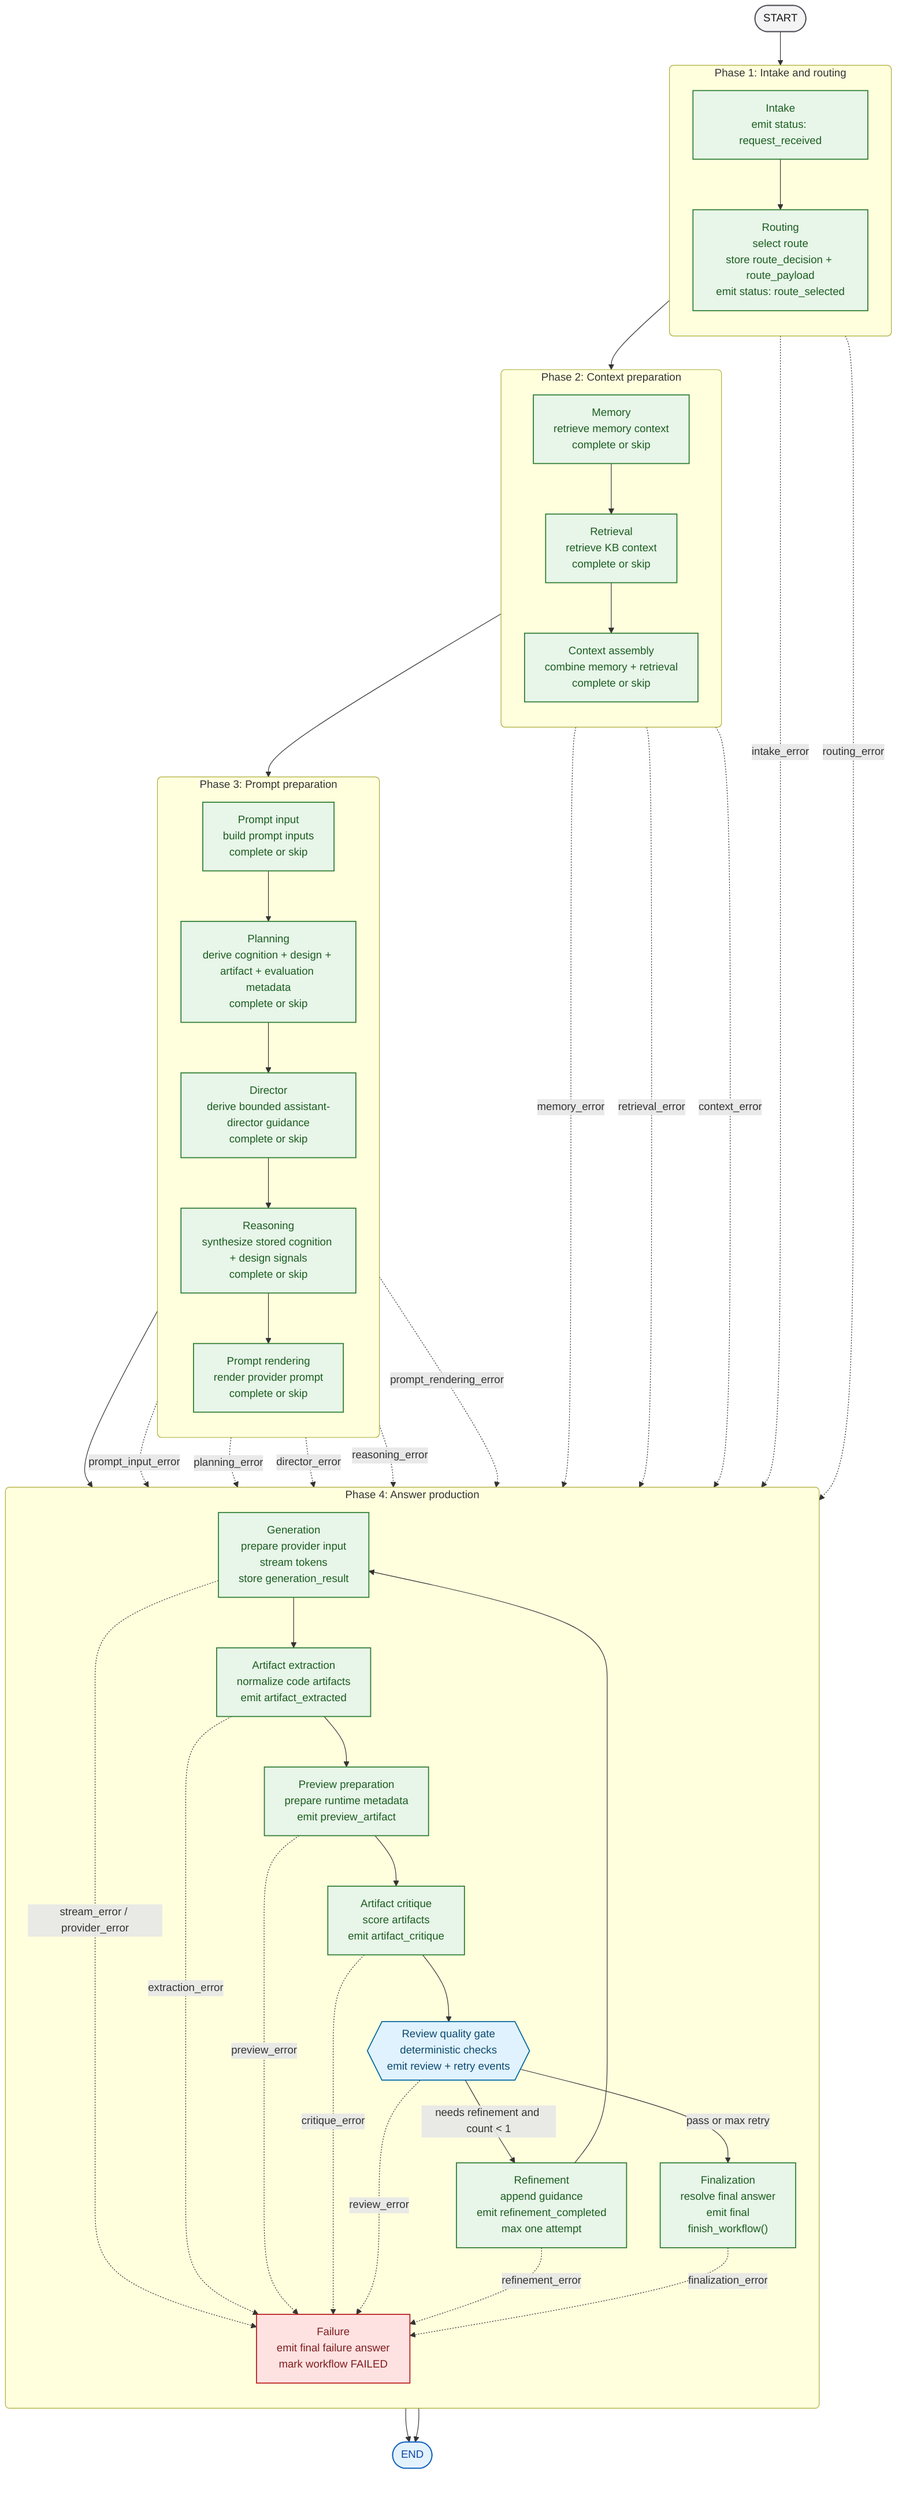
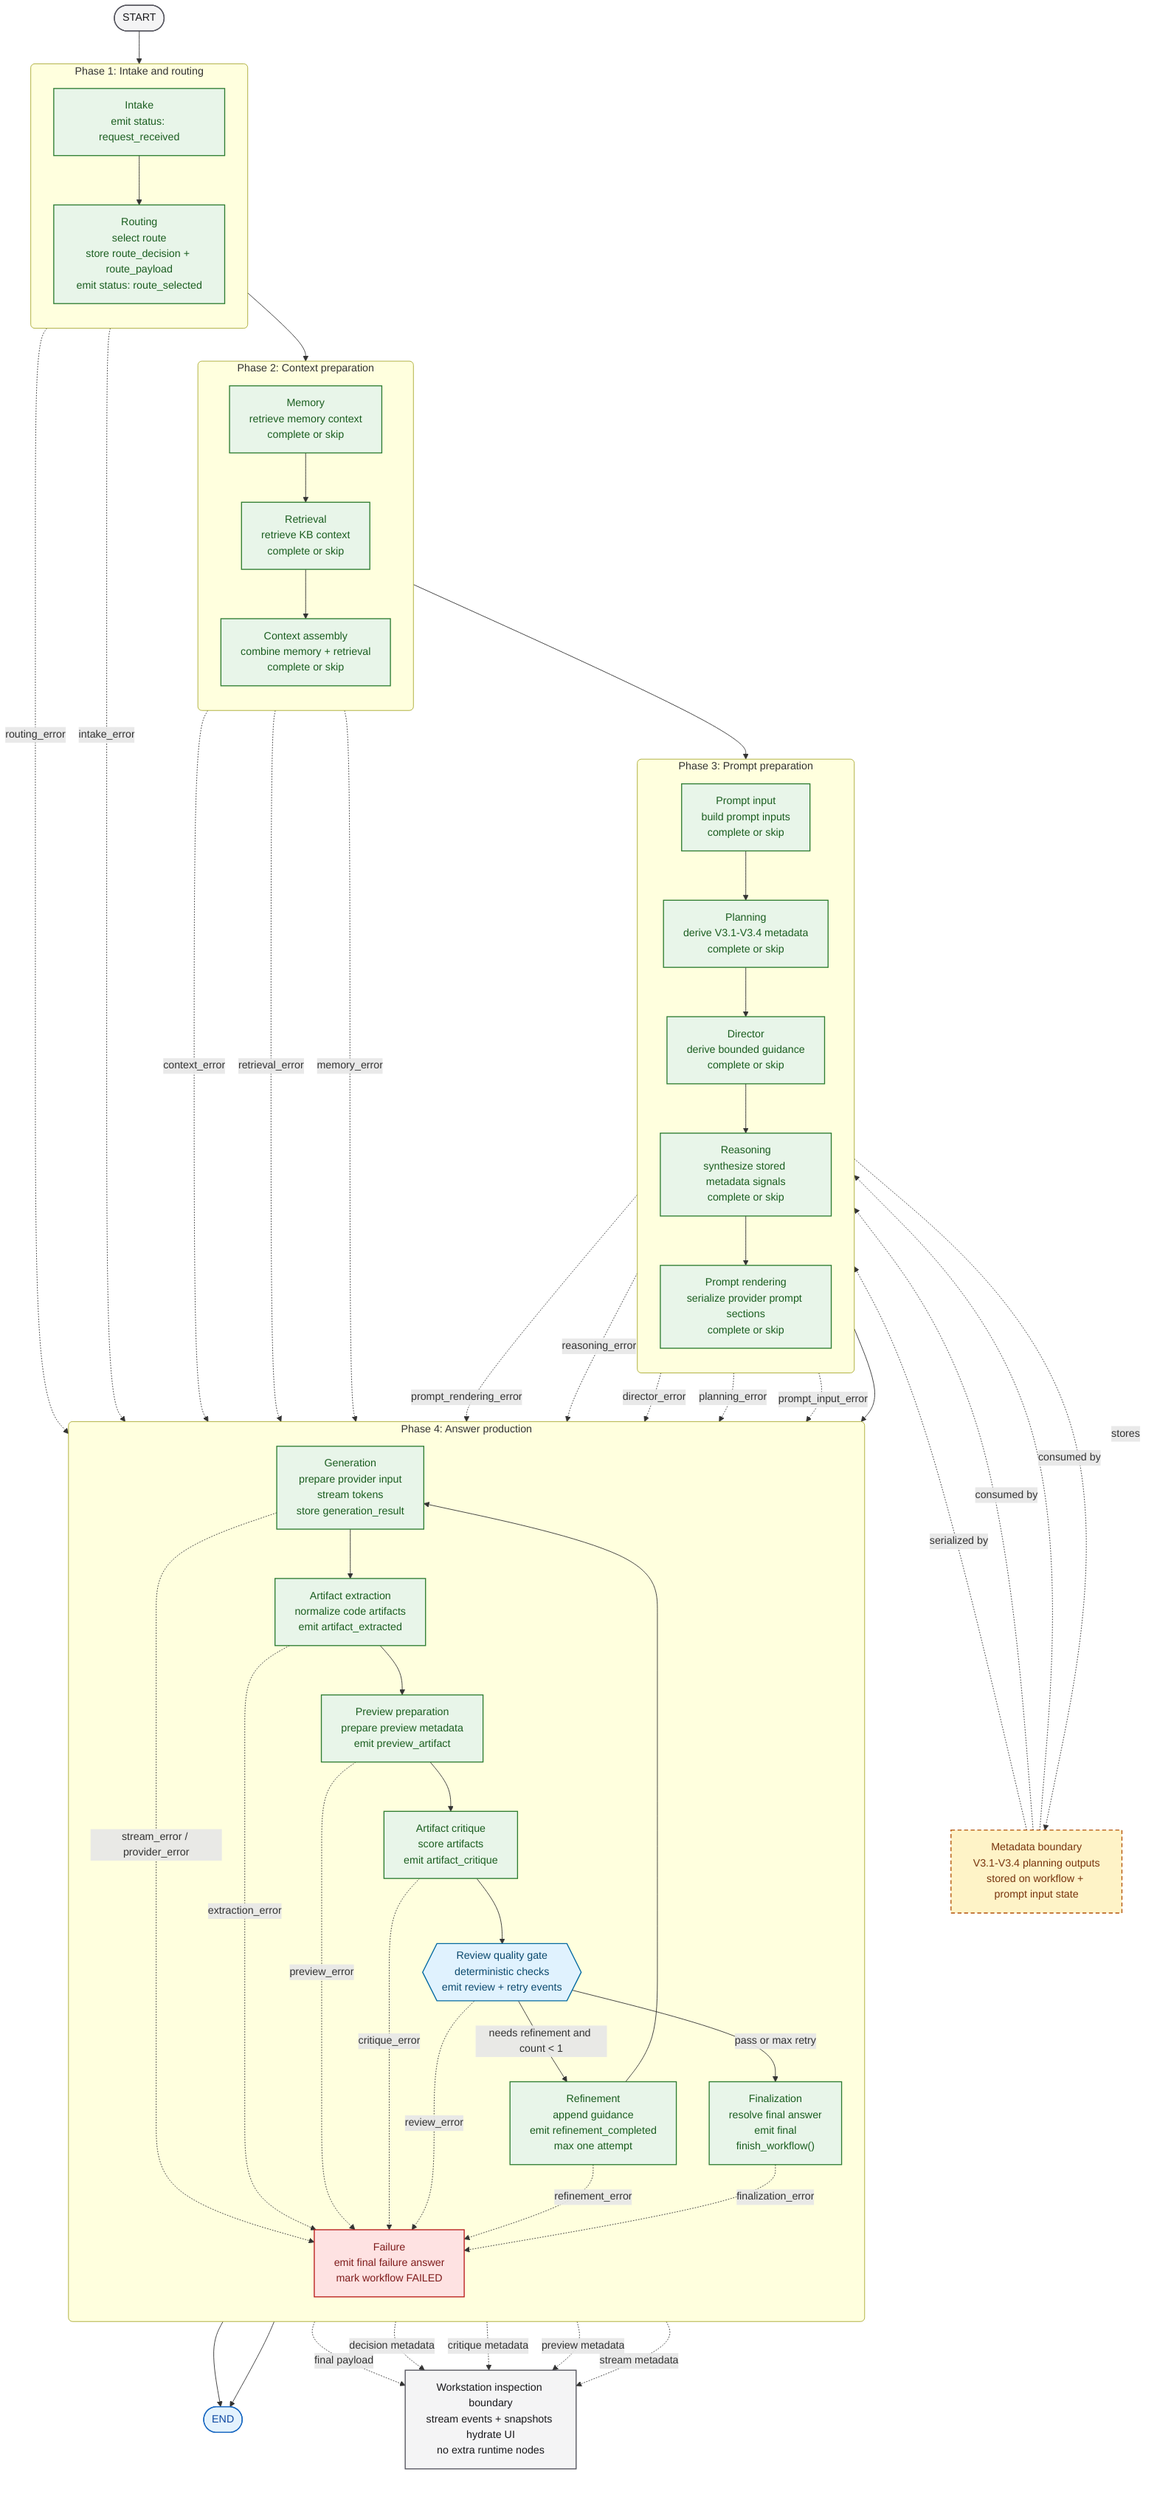
flowchart TB
    %% Class palette
    classDef boundary fill:#F4F4F5,stroke:#52525B,color:#18181B,stroke-width:1.5px;
    classDef implemented fill:#E8F5E9,stroke:#2E7D32,color:#1B5E20,stroke-width:1.5px;
    classDef gate fill:#E0F2FE,stroke:#0369A1,color:#0C4A6E,stroke-width:1.5px;
    classDef failure fill:#FEE2E2,stroke:#B91C1C,color:#7F1D1D,stroke-width:1.5px;
    classDef terminal fill:#E3F2FD,stroke:#1565C0,color:#0D47A1,stroke-width:1.5px;
+     classDef metadata fill:#FEF3C7,stroke:#B45309,color:#78350F,stroke-width:1.5px,stroke-dasharray: 6 4;

    %% Terminal nodes
    start([START])
    finish([END])

    %% Runtime phases
    subgraph phase_1["Phase 1: Intake and routing"]
        direction TB
        intake["Intake<br/>emit status: request_received"]
        routing["Routing<br/>select route<br/>store route_decision + route_payload<br/>emit status: route_selected"]
    end

    subgraph phase_2["Phase 2: Context preparation"]
        direction TB
        memory["Memory<br/>retrieve memory context<br/>complete or skip"]
        retrieval["Retrieval<br/>retrieve KB context<br/>complete or skip"]
        context_assembly["Context assembly<br/>combine memory + retrieval<br/>complete or skip"]
    end

    subgraph phase_3["Phase 3: Prompt preparation"]
        direction TB
        prompt_input["Prompt input<br/>build prompt inputs<br/>complete or skip"]
-         planning["Planning<br/>derive cognition + design + artifact + evaluation metadata<br/>complete or skip"]
-         director["Director<br/>derive bounded assistant-director guidance<br/>complete or skip"]
-         reasoning["Reasoning<br/>synthesize stored cognition + design signals<br/>complete or skip"]
-         prompt_rendering["Prompt rendering<br/>render provider prompt<br/>complete or skip"]
+         planning["Planning<br/>derive V3.1-V3.4 metadata<br/>complete or skip"]
+         director["Director<br/>derive bounded guidance<br/>complete or skip"]
+         reasoning["Reasoning<br/>synthesize stored metadata signals<br/>complete or skip"]
+         prompt_rendering["Prompt rendering<br/>serialize provider prompt sections<br/>complete or skip"]
    end

    subgraph phase_4["Phase 4: Answer production"]
        direction TB
        generation["Generation<br/>prepare provider input<br/>stream tokens<br/>store generation_result"]
        artifact_extraction["Artifact extraction<br/>normalize code artifacts<br/>emit artifact_extracted"]
-         preview_preparation["Preview preparation<br/>prepare runtime metadata<br/>emit preview_artifact"]
+         preview_preparation["Preview preparation<br/>prepare preview metadata<br/>emit preview_artifact"]
        artifact_critique["Artifact critique<br/>score artifacts<br/>emit artifact_critique"]
        review{{"Review quality gate<br/>deterministic checks<br/>emit review + retry events"}}
        refinement["Refinement<br/>append guidance<br/>emit refinement_completed<br/>max one attempt"]
        finalization["Finalization<br/>resolve final answer<br/>emit final<br/>finish_workflow()"]
        failure["Failure<br/>emit final failure answer<br/>mark workflow FAILED"]
    end

+     %% Documentation boundaries
+     metadata_boundary["Metadata boundary<br/>V3.1-V3.4 planning outputs<br/>stored on workflow + prompt input state"]:::metadata
+     workstation_boundary["Workstation inspection boundary<br/>stream events + snapshots hydrate UI<br/>no extra runtime nodes"]:::boundary
+ 
    %% Main success path
    start --> intake --> routing --> memory --> retrieval --> context_assembly --> prompt_input --> planning --> director --> reasoning --> prompt_rendering --> generation --> artifact_extraction --> preview_preparation --> artifact_critique --> review
    review -->|"pass or max retry"| finalization --> finish
    review -->|"needs refinement and count < 1"| refinement --> generation
+ 
+     %% Metadata and inspection boundaries
+     planning -. stores .-> metadata_boundary
+     metadata_boundary -. consumed by .-> director
+     metadata_boundary -. consumed by .-> reasoning
+     metadata_boundary -. serialized by .-> prompt_rendering
+     artifact_extraction -. stream metadata .-> workstation_boundary
+     preview_preparation -. preview metadata .-> workstation_boundary
+     artifact_critique -. critique metadata .-> workstation_boundary
+     review -. decision metadata .-> workstation_boundary
+     finalization -. final payload .-> workstation_boundary

    %% Failure paths
    intake -. intake_error .-> failure
    routing -. routing_error .-> failure
    memory -. memory_error .-> failure
    retrieval -. retrieval_error .-> failure
    context_assembly -. context_error .-> failure
    prompt_input -. prompt_input_error .-> failure
    planning -. planning_error .-> failure
    director -. director_error .-> failure
    reasoning -. reasoning_error .-> failure
    prompt_rendering -. prompt_rendering_error .-> failure
    generation -. stream_error / provider_error .-> failure
    artifact_extraction -. extraction_error .-> failure
    preview_preparation -. preview_error .-> failure
    artifact_critique -. critique_error .-> failure
    review -. review_error .-> failure
    refinement -. refinement_error .-> failure
    finalization -. finalization_error .-> failure
    failure --> finish

    %% Node classes
    class start boundary
    class finish terminal
    class intake,routing,memory,retrieval,context_assembly,prompt_input,planning,director,reasoning,prompt_rendering,generation,artifact_extraction,preview_preparation,artifact_critique,refinement,finalization implemented
    class review gate
    class failure failure
+     class metadata_boundary metadata
+     class workstation_boundary boundary

    %% Subgraph styling
    style phase_1 rx:6px,ry:6px
    style phase_2 rx:6px,ry:6px
    style phase_3 rx:6px,ry:6px
    style phase_4 rx:6px,ry:6px
